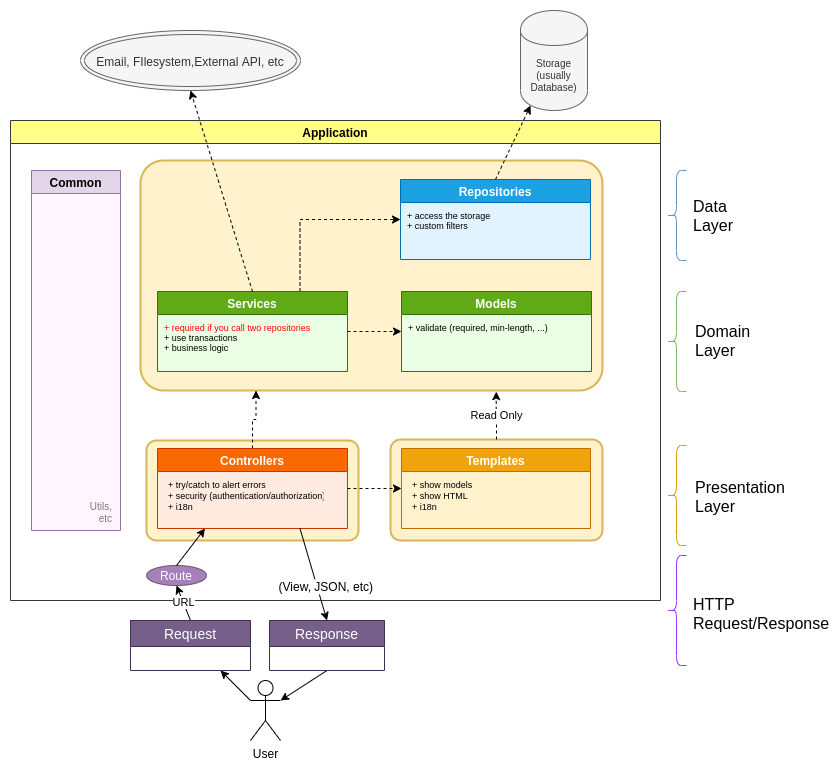
Earlier version of the draw.io export docs/architecture/layers.png (winframework/winphp). Source tidied: cells renumbered, new cells last; positions are measured from the earlier drawing's top-left corner, leaving out a move shared by most shapes.
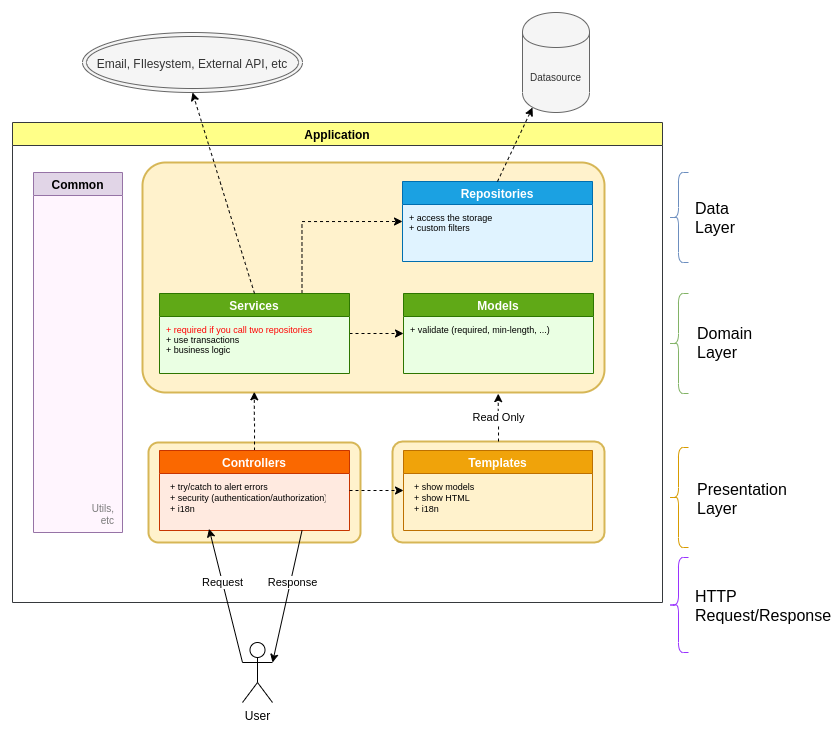
After the commit.

Diff of the diagram source:
```diff
@@ -8,7 +8,7 @@
       </mxGeometry>
     </mxCell>
     <mxCell id="3" value="User" style="shape=umlActor;verticalLabelPosition=bottom;labelBackgroundColor=#ffffff;verticalAlign=top;html=1;outlineConnect=0;" parent="1" vertex="1">
-      <mxGeometry x="240" y="670" width="30" height="60" as="geometry" />
+      <mxGeometry x="230" y="630" width="30" height="60" as="geometry" />
     </mxCell>
     <mxCell id="4" value="Application" style="swimlane;direction=east;fillColor=#ffff88;strokeColor=#36393d;swimlaneFillColor=none;" parent="1" vertex="1">
       <mxGeometry y="110" width="650" height="480" as="geometry" />
@@ -22,7 +22,7 @@
     <mxCell id="7" style="edgeStyle=orthogonalEdgeStyle;rounded=0;orthogonalLoop=1;jettySize=auto;html=1;exitX=1;exitY=0.5;exitDx=0;exitDy=0;entryX=0;entryY=0.5;entryDx=0;entryDy=0;" parent="4" edge="1">
       <mxGeometry relative="1" as="geometry" />
     </mxCell>
-    <mxCell id="8" style="edgeStyle=orthogonalEdgeStyle;rounded=0;jettySize=auto;html=1;exitX=0.5;exitY=0;exitDx=0;exitDy=0;dashed=1;entryX=0.25;entryY=1;entryDx=0;entryDy=0;" parent="4" edge="1" source="9" target="6">
+    <mxCell id="8" style="edgeStyle=orthogonalEdgeStyle;rounded=0;jettySize=auto;html=1;exitX=0.5;exitY=0;exitDx=0;exitDy=0;dashed=1;entryX=0.242;entryY=0.997;entryDx=0;entryDy=0;entryPerimeter=0;" parent="4" edge="1" source="9" target="6">
       <mxGeometry relative="1" as="geometry" />
     </mxCell>
     <mxCell id="9" value="Controllers" style="swimlane;startSize=23;fillColor=#fa6800;strokeColor=#C73500;fontColor=#ffffff;swimlaneFillColor=#FFEAE0;" parent="4" vertex="1">
@@ -89,19 +89,10 @@
     <mxCell id="28" value="+ validate (required, min-length, ...)" style="text;html=1;align=left;verticalAlign=top;spacingTop=0;fontSize=9;fontColor=#000000;" parent="27" vertex="1">
       <mxGeometry x="5" y="25" width="160" height="20" as="geometry" />
     </mxCell>
-    <mxCell id="29" value="Route" style="ellipse;whiteSpace=wrap;html=1;labelBackgroundColor=none;fontSize=12;fillColor=#A680B8;strokeColor=#684F73;fontColor=#FFFFFF;" parent="4" vertex="1">
-      <mxGeometry x="136" y="445" width="60" height="20" as="geometry" />
-    </mxCell>
-    <mxCell id="30" style="endArrow=classic;html=1;exitX=0.5;exitY=0;exitDx=0;exitDy=0;entryX=0.25;entryY=1;entryDx=0;entryDy=0;" parent="4" edge="1" source="29" target="9">
-      <mxGeometry relative="1" as="geometry" />
-    </mxCell>
     <mxCell id="31" value="Read Only" style="edgeStyle=orthogonalEdgeStyle;rounded=0;jettySize=auto;html=1;exitX=0.5;exitY=0;exitDx=0;exitDy=0;dashed=1;entryX=0.77;entryY=1.005;entryDx=0;entryDy=0;entryPerimeter=0;" parent="4" edge="1" source="23" target="6">
       <mxGeometry relative="1" as="geometry" />
     </mxCell>
-    <mxCell id="32" style="endArrow=classic;html=1;entryX=0.75;entryY=1;entryDx=0;entryDy=0;exitX=0;exitY=0.3333333333333333;exitDx=0;exitDy=0;exitPerimeter=0;" parent="1" edge="1" source="3" target="50">
-      <mxGeometry relative="1" as="geometry" />
-    </mxCell>
-    <mxCell id="33" value="Storage&lt;br&gt;(usually Database)" style="shape=cylinder;whiteSpace=wrap;html=1;boundedLbl=1;backgroundOutline=1;fontSize=10;fontColor=#333333;fillColor=#f5f5f5;strokeColor=#666666;" parent="1" vertex="1">
+    <mxCell id="33" value="Datasource&lt;br&gt;" style="shape=cylinder;whiteSpace=wrap;html=1;boundedLbl=1;backgroundOutline=1;fontSize=10;fontColor=#333333;fillColor=#f5f5f5;strokeColor=#666666;" parent="1" vertex="1">
       <mxGeometry x="510" width="67" height="100" as="geometry" />
     </mxCell>
     <mxCell id="34" style="shape=curlyBracket;whiteSpace=wrap;html=1;rounded=1;gradientColor=#7ea6e0;fillColor=#dae8fc;strokeColor=#6c8ebf;" parent="1" vertex="1">
@@ -126,12 +117,12 @@
       <mxGeometry relative="1" as="geometry" />
     </mxCell>
     <mxCell id="41" style="shape=curlyBracket;whiteSpace=wrap;html=1;rounded=1;fillColor=#f8cecc;strokeColor=#9933FF;" parent="1" vertex="1">
-      <mxGeometry x="656" y="545" width="20" height="110" as="geometry" />
+      <mxGeometry x="656" y="545" width="20" height="95" as="geometry" />
     </mxCell>
     <mxCell id="42" value="&lt;font style=&quot;font-size: 16px&quot;&gt;HTTP Request/Response&lt;br style=&quot;font-size: 16px&quot;&gt;&lt;/font&gt;" style="text;html=1;strokeColor=none;fillColor=none;align=left;verticalAlign=middle;whiteSpace=wrap;rounded=0;horizontal=1;fontSize=16;" parent="1" vertex="1">
-      <mxGeometry x="681" y="587.5" width="98" height="31" as="geometry" />
+      <mxGeometry x="681" y="577.5" width="98" height="31" as="geometry" />
     </mxCell>
-    <mxCell id="43" value="&lt;font style=&quot;font-size: 12px&quot;&gt;Email, FIlesystem,External API, etc&lt;/font&gt;" style="ellipse;shape=doubleEllipse;whiteSpace=wrap;html=1;labelBackgroundColor=none;fillColor=#f5f5f5;fontSize=16;fontColor=#333333;align=center;strokeColor=#666666;" parent="1" vertex="1">
+    <mxCell id="43" value="&lt;font style=&quot;font-size: 12px&quot;&gt;Email, FIlesystem, External API, etc&lt;/font&gt;" style="ellipse;shape=doubleEllipse;whiteSpace=wrap;html=1;labelBackgroundColor=none;fillColor=#f5f5f5;fontSize=16;fontColor=#333333;align=center;strokeColor=#666666;" parent="1" vertex="1">
       <mxGeometry x="70" y="20" width="220" height="60" as="geometry" />
     </mxCell>
     <mxCell id="44" style="edgeStyle=orthogonalEdgeStyle;rounded=0;orthogonalLoop=1;jettySize=auto;html=1;exitX=0.5;exitY=0;exitDx=0;exitDy=0;endArrow=classic;endFill=0;strokeColor=#7A7A7A;" parent="1" edge="1">
@@ -139,26 +130,14 @@
         <mxPoint x="403" y="360" as="targetPoint" />
       </mxGeometry>
     </mxCell>
-    <mxCell id="45" style="endArrow=classic;html=1;entryX=0.5;entryY=0;entryDx=0;entryDy=0;exitX=0.75;exitY=1;exitDx=0;exitDy=0;" parent="1" edge="1" source="9" target="51">
-      <mxGeometry relative="1" as="geometry" />
+    <mxCell id="45" value="Response" style="endArrow=classic;html=1;entryX=1;entryY=0.3333333333333333;entryDx=0;entryDy=0;exitX=0.75;exitY=1;exitDx=0;exitDy=0;entryPerimeter=0;" parent="1" edge="1" source="9" target="3">
+      <mxGeometry x="-0.22" y="2" relative="1" as="geometry" />
     </mxCell>
-    <mxCell id="46" style="endArrow=classic;html=1;entryX=1;entryY=0.3333333333333333;entryDx=0;entryDy=0;entryPerimeter=0;exitX=0.5;exitY=1;exitDx=0;exitDy=0;" parent="1" edge="1" source="51" target="3">
-      <mxGeometry relative="1" as="geometry" />
-    </mxCell>
     <mxCell id="47" style="endArrow=classic;html=1;entryX=0.5;entryY=1;entryDx=0;entryDy=0;exitX=0.5;exitY=0;exitDx=0;exitDy=0;dashed=1;" parent="1" edge="1" source="21" target="43">
       <mxGeometry relative="1" as="geometry" />
     </mxCell>
-    <mxCell id="48" value="URL" style="endArrow=classic;html=1;exitX=0.5;exitY=0;exitDx=0;exitDy=0;entryX=0.5;entryY=1;entryDx=0;entryDy=0;" parent="1" edge="1" source="50" target="29">
-      <mxGeometry relative="1" as="geometry" />
+    <mxCell id="48" value="Request" style="endArrow=classic;html=1;exitX=0;exitY=0.3333333333333333;exitDx=0;exitDy=0;entryX=0.27;entryY=0.987;entryDx=0;entryDy=0;entryPerimeter=0;exitPerimeter=0;" parent="1" edge="1" source="3" target="10">
+      <mxGeometry x="0.2" relative="1" as="geometry" />
     </mxCell>
-    <mxCell id="49" value="(View, JSON, etc)" style="text;strokeColor=none;fillColor=none;spacingLeft=4;spacingRight=4;overflow=hidden;fontSize=12;align=right;fontColor=#000000;verticalAlign=bottom;fontStyle=0;labelBackgroundColor=#FFFFFF;" parent="1" vertex="1">
-      <mxGeometry x="264" y="560" width="105" height="25.5" as="geometry" />
-    </mxCell>
-    <mxCell id="50" value="Request" style="swimlane;fontStyle=0;horizontal=1;startSize=26;fillColor=#76608a;swimlaneFillColor=#ffffff;align=center;fontSize=14;strokeColor=#432D57;fontColor=#ffffff;" parent="1" vertex="1">
-      <mxGeometry x="120" y="610" width="120" height="50" as="geometry" />
-    </mxCell>
-    <mxCell id="51" value="Response" style="swimlane;fontStyle=0;horizontal=1;startSize=26;fillColor=#76608a;swimlaneFillColor=#ffffff;align=center;fontSize=14;strokeColor=#432D57;fontColor=#ffffff;" parent="1" vertex="1">
-      <mxGeometry x="259" y="610" width="115" height="50" as="geometry" />
-    </mxCell>
   </root>
 </mxGraphModel>
```
